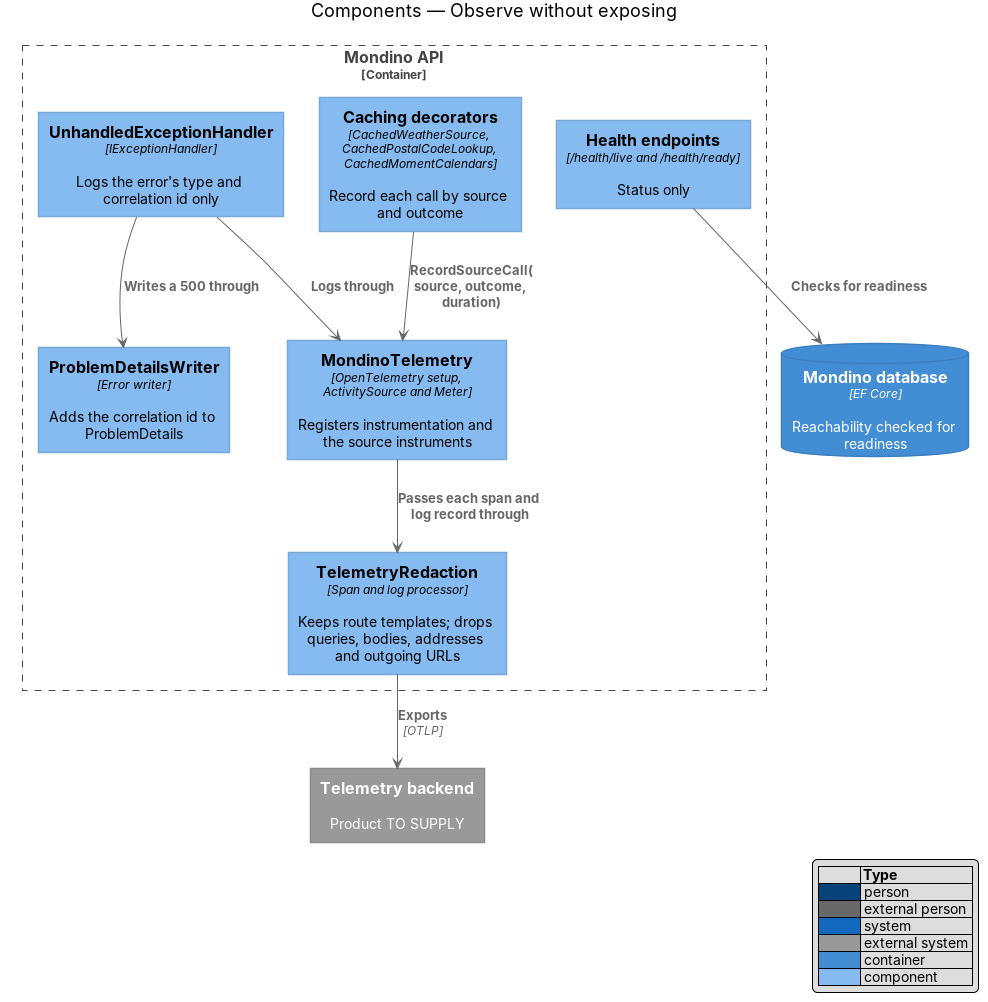
This is docs/detailed-designs/platform/observe-without-exposing/diagrams/c4-component.png from QuinntyneBrown/Mondino, a PlantUML export, as it was before one commit. Its source is kept beside it as docs/detailed-designs/platform/observe-without-exposing/diagrams/c4-component.puml.
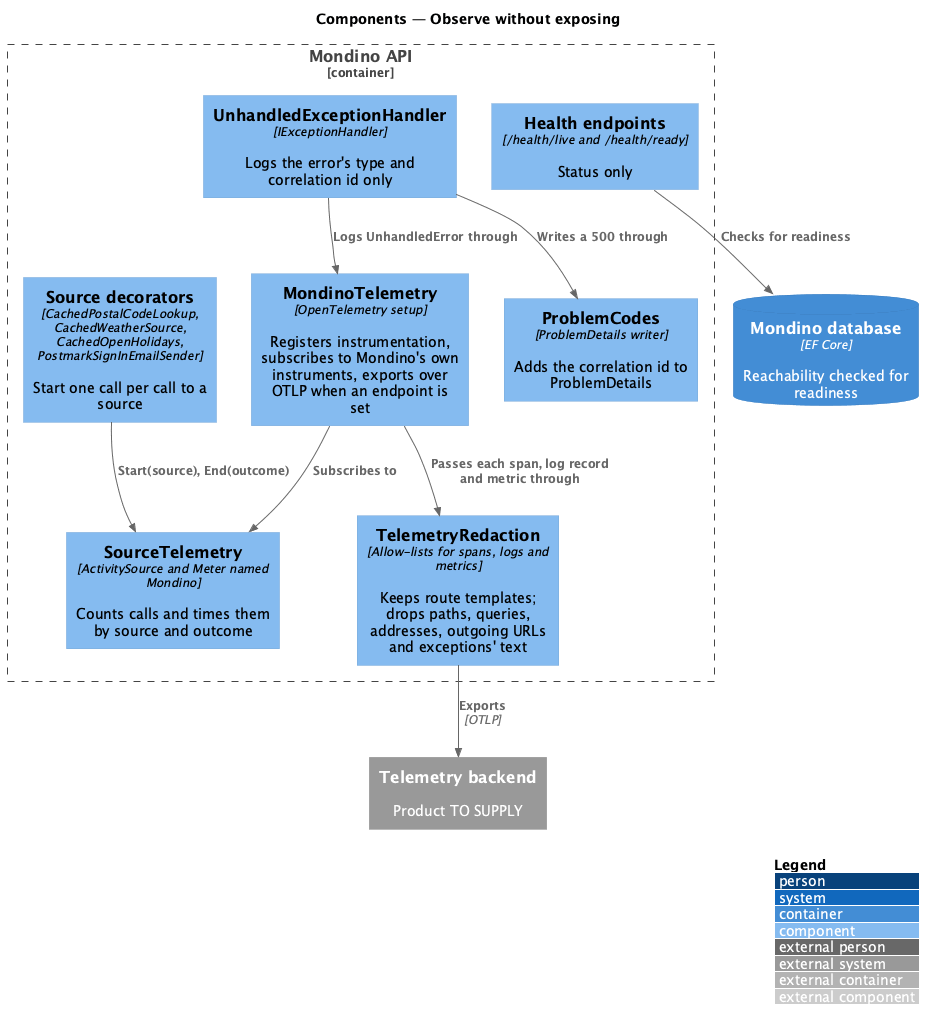
After the change.

What changed in the source:
```diff
@@ -4,19 +4,21 @@
 title Components — Observe without exposing
 
 Container_Boundary(api, "Mondino API") {
-  Component(setup, "MondinoTelemetry", "OpenTelemetry setup, ActivitySource and Meter", "Registers instrumentation and the source instruments")
-  Component(redaction, "TelemetryRedaction", "Span and log processor", "Keeps route templates; drops queries, bodies, addresses and outgoing URLs")
-  Component(decorators, "Caching decorators", "CachedWeatherSource, CachedPostalCodeLookup, CachedMomentCalendars", "Record each call by source and outcome")
+  Component(setup, "MondinoTelemetry", "OpenTelemetry setup", "Registers instrumentation, subscribes to Mondino's own instruments, exports over OTLP when an endpoint is set")
+  Component(redaction, "TelemetryRedaction", "Allow-lists for spans, logs and metrics", "Keeps route templates; drops paths, queries, addresses, outgoing URLs and exceptions' text")
+  Component(sources, "SourceTelemetry", "ActivitySource and Meter named Mondino", "Counts calls and times them by source and outcome")
+  Component(decorators, "Source decorators", "CachedPostalCodeLookup, CachedWeatherSource, CachedOpenHolidays, PostmarkSignInEmailSender", "Start one call per call to a source")
   Component(errors, "UnhandledExceptionHandler", "IExceptionHandler", "Logs the error's type and correlation id only")
-  Component(problems, "ProblemDetailsWriter", "Error writer", "Adds the correlation id to ProblemDetails")
+  Component(problems, "ProblemCodes", "ProblemDetails writer", "Adds the correlation id to ProblemDetails")
   Component(health, "Health endpoints", "/health/live and /health/ready", "Status only")
 }
 ContainerDb(db, "Mondino database", "EF Core", "Reachability checked for readiness")
 System_Ext(telemetry, "Telemetry backend", "Product TO SUPPLY")
-Rel(decorators, setup, "RecordSourceCall(source, outcome, duration)")
-Rel(setup, redaction, "Passes each span and log record through")
+Rel(decorators, sources, "Start(source), End(outcome)")
+Rel(setup, sources, "Subscribes to")
+Rel(setup, redaction, "Passes each span, log record and metric through")
 Rel(redaction, telemetry, "Exports", "OTLP")
 Rel(errors, problems, "Writes a 500 through")
-Rel(errors, setup, "Logs through")
+Rel(errors, setup, "Logs UnhandledError through")
 Rel(health, db, "Checks for readiness")
 @enduml
```
